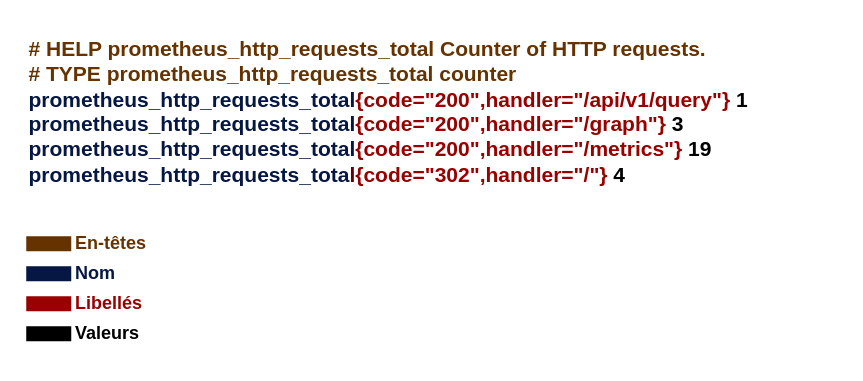
Earlier version of the draw.io diagram page "Page-6" (3 of 11) of prometheus.drawio (oliv37/prometheus-article). Source tidied: cells renumbered, new cells numbered last; positions are measured from the earlier drawing's top-left corner, leaving out a move shared by most shapes. Both pictures are drawn from the tidied source at 150%, with x=0, y=0 at pixel (26, 26).
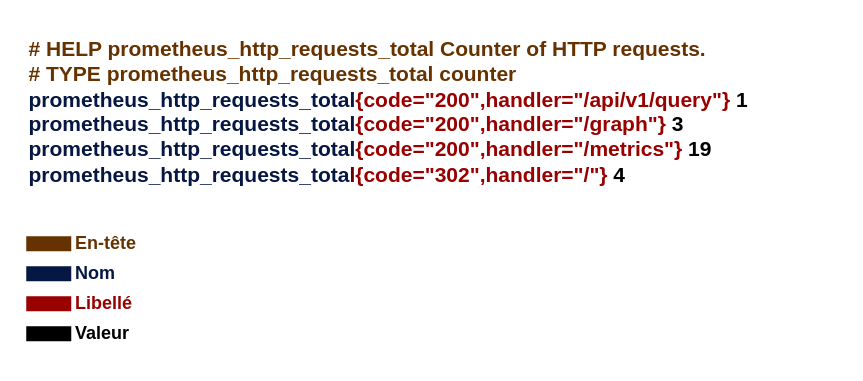
Above is the later version.

The edit, as a diff of the source:
```diff
@@
 <mxGraphModel>
   <root>
     <mxCell id="0" />
     <mxCell id="1" parent="0" />
     <mxCell id="2" value="&lt;div style=&quot;font-size: 14px;&quot; align=&quot;left&quot;&gt;&lt;b&gt;&lt;font style=&quot;font-size: 14px;&quot;&gt;&lt;font color=&quot;#663300&quot;&gt;# HELP prometheus_http_requests_total Counter of HTTP requests.&lt;br&gt;# TYPE prometheus_http_requests_total counter&lt;/font&gt;&lt;br&gt;&lt;font color=&quot;#051742&quot;&gt;prometheus_http_requests_total&lt;/font&gt;&lt;font color=&quot;#990000&quot;&gt;{code=&quot;200&quot;,handler=&quot;/api/v1/query&quot;}&lt;/font&gt; 1&lt;br&gt;&lt;font color=&quot;#051742&quot;&gt;prometheus_http_requests_total&lt;/font&gt;&lt;font color=&quot;#990000&quot;&gt;{code=&quot;200&quot;,handler=&quot;/graph&quot;}&lt;/font&gt; 3&lt;br&gt;&lt;font color=&quot;#051742&quot;&gt;prometheus_http_requests_total&lt;/font&gt;&lt;font color=&quot;#990000&quot;&gt;{code=&quot;200&quot;,handler=&quot;/metrics&quot;}&lt;/font&gt; 19&lt;br&gt;&lt;font color=&quot;#051742&quot;&gt;prometheus_http_requests_tota&lt;font color=&quot;#660000&quot;&gt;l&lt;/font&gt;&lt;/font&gt;&lt;font color=&quot;#990000&quot;&gt;{code=&quot;302&quot;,handler=&quot;/&quot;}&lt;/font&gt; 4&lt;/font&gt;&lt;/b&gt;&lt;/div&gt;" style="rounded=0;whiteSpace=wrap;html=1;align=left;strokeColor=none;verticalAlign=top;" parent="1" vertex="1">
       <mxGeometry width="541" height="220" as="geometry" />
     </mxCell>
     <mxCell id="3" style="rounded=0;whiteSpace=wrap;html=1;fontColor=#663300;labelBorderColor=none;labelBackgroundColor=none;fillColor=#663300;strokeColor=none;" parent="1" vertex="1">
       <mxGeometry y="140" width="30" height="10" as="geometry" />
     </mxCell>
     <mxCell id="4" style="rounded=0;whiteSpace=wrap;html=1;strokeColor=none;fillColor=#051742;" parent="1" vertex="1">
       <mxGeometry y="160" width="30" height="10" as="geometry" />
     </mxCell>
     <mxCell id="5" style="rounded=0;whiteSpace=wrap;html=1;strokeColor=none;fillColor=#990000;" parent="1" vertex="1">
       <mxGeometry y="180" width="30" height="10" as="geometry" />
     </mxCell>
-    <mxCell id="6" value="&lt;div&gt;&lt;font color=&quot;#663300&quot;&gt;&lt;b&gt;En-têtes&lt;/b&gt;&lt;/font&gt;&lt;/div&gt;" style="text;strokeColor=none;align=left;fillColor=none;html=1;verticalAlign=middle;whiteSpace=wrap;rounded=0;" parent="1" vertex="1">
+    <mxCell id="6" value="&lt;div&gt;&lt;font color=&quot;#663300&quot;&gt;&lt;b&gt;En-tête&lt;/b&gt;&lt;/font&gt;&lt;/div&gt;" style="text;strokeColor=none;align=left;fillColor=none;html=1;verticalAlign=middle;whiteSpace=wrap;rounded=0;" parent="1" vertex="1">
       <mxGeometry x="31" y="135" width="140" height="20" as="geometry" />
     </mxCell>
     <mxCell id="7" value="&lt;div align=&quot;left&quot;&gt;&lt;font color=&quot;#051742&quot;&gt;&lt;span&gt;Nom&lt;br&gt;&lt;/span&gt;&lt;/font&gt;&lt;/div&gt;" style="text;strokeColor=none;align=left;fillColor=none;html=1;verticalAlign=middle;whiteSpace=wrap;rounded=0;fontStyle=1;" parent="1" vertex="1">
       <mxGeometry x="31" y="155" width="30" height="20" as="geometry" />
     </mxCell>
-    <mxCell id="8" value="&lt;font color=&quot;#990000&quot;&gt;Libellés&lt;/font&gt;" style="text;strokeColor=none;align=left;fillColor=none;html=1;verticalAlign=middle;whiteSpace=wrap;rounded=0;fontStyle=1;" parent="1" vertex="1">
+    <mxCell id="8" value="&lt;font color=&quot;#990000&quot;&gt;Libellé&lt;/font&gt;" style="text;strokeColor=none;align=left;fillColor=none;html=1;verticalAlign=middle;whiteSpace=wrap;rounded=0;fontStyle=1;" parent="1" vertex="1">
       <mxGeometry x="31" y="175" width="60" height="20" as="geometry" />
     </mxCell>
-    <mxCell id="9" value="Valeurs" style="text;strokeColor=none;align=left;fillColor=none;html=1;verticalAlign=middle;whiteSpace=wrap;rounded=0;fontStyle=1;" parent="1" vertex="1">
+    <mxCell id="9" value="Valeur" style="text;strokeColor=none;align=left;fillColor=none;html=1;verticalAlign=middle;whiteSpace=wrap;rounded=0;fontStyle=1;" parent="1" vertex="1">
       <mxGeometry x="31" y="195" width="91" height="20" as="geometry" />
     </mxCell>
     <mxCell id="10" style="rounded=0;whiteSpace=wrap;html=1;strokeColor=none;fillColor=#000000;labelBackgroundColor=none;" parent="1" vertex="1">
       <mxGeometry y="200" width="30" height="10" as="geometry" />
     </mxCell>
   </root>
 </mxGraphModel>
```
